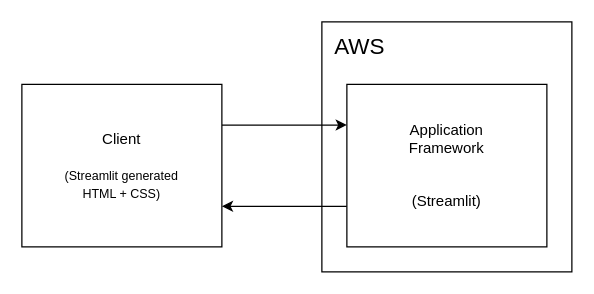
Before: Current Technical Architecture.drawio in billboardcat/sos9, a draw.io diagram. Source tidied: cells renumbered, new cells numbered last; positions are measured from the earlier drawing's top-left corner, leaving out a move shared by most shapes. Both pictures are drawn from the tidied source at 125%, with x=0, y=0 at pixel (21, 21).
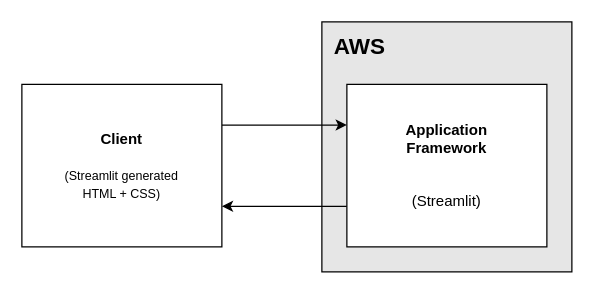
The same diagram, later.

The edit, as a diff of the source:
```diff
@@
 <mxGraphModel>
   <root>
     <mxCell id="0" />
     <mxCell id="1" parent="0" />
-    <mxCell id="2" style="rounded=0;whiteSpace=wrap;html=1;align=left;" parent="1" vertex="1">
+    <mxCell id="2" style="rounded=0;whiteSpace=wrap;html=1;align=left;labelBackgroundColor=#808080;fillColor=#E6E6E6;" parent="1" vertex="1">
       <mxGeometry x="240" width="200" height="200" as="geometry" />
     </mxCell>
-    <mxCell id="3" value="&lt;font style=&quot;font-size: 18px&quot;&gt;AWS&lt;/font&gt;" style="text;html=1;align=center;verticalAlign=middle;" parent="1" vertex="1">
+    <mxCell id="3" value="&lt;font style=&quot;font-size: 18px&quot;&gt;AWS&lt;/font&gt;" style="text;html=1;align=center;verticalAlign=middle;fontStyle=1;" parent="1" vertex="1">
       <mxGeometry x="240" y="10" width="60" height="20" as="geometry" />
     </mxCell>
     <mxCell id="4" style="edgeStyle=orthogonalEdgeStyle;rounded=0;jettySize=auto;html=1;exitX=0;exitY=0.75;exitDx=0;exitDy=0;entryX=1;entryY=0.75;entryDx=0;entryDy=0;" parent="1" edge="1" source="5" target="7">
       <mxGeometry relative="1" as="geometry" />
     </mxCell>
-    <mxCell id="5" value="Application&lt;br&gt;Framework&lt;br&gt;&lt;br&gt;&lt;br&gt;(Streamlit)" style="rounded=0;whiteSpace=wrap;html=1;align=center;" parent="1" vertex="1">
+    <mxCell id="5" value="&lt;b&gt;Application&lt;br&gt;Framework&lt;/b&gt;&lt;br&gt;&lt;br&gt;&lt;br&gt;(Streamlit)" style="rounded=0;whiteSpace=wrap;html=1;align=center;" parent="1" vertex="1">
       <mxGeometry x="260" y="50" width="160" height="130" as="geometry" />
     </mxCell>
     <mxCell id="6" style="edgeStyle=orthogonalEdgeStyle;rounded=0;jettySize=auto;html=1;exitX=1;exitY=0.25;exitDx=0;exitDy=0;entryX=0;entryY=0.25;entryDx=0;entryDy=0;" parent="1" edge="1" source="7" target="5">
       <mxGeometry relative="1" as="geometry" />
     </mxCell>
-    <mxCell id="7" value="Client&lt;br&gt;&lt;br style=&quot;font-size: 11px&quot;&gt;&lt;font size=&quot;1&quot;&gt;(Streamlit generated&lt;br&gt;HTML + CSS)&lt;/font&gt;" style="rounded=0;whiteSpace=wrap;html=1;align=center;" parent="1" vertex="1">
+    <mxCell id="7" value="&lt;b&gt;Client&lt;/b&gt;&lt;br&gt;&lt;br style=&quot;font-size: 11px&quot;&gt;&lt;font size=&quot;1&quot;&gt;(Streamlit generated&lt;br&gt;HTML + CSS)&lt;/font&gt;" style="rounded=0;whiteSpace=wrap;html=1;align=center;" parent="1" vertex="1">
       <mxGeometry y="50" width="160" height="130" as="geometry" />
     </mxCell>
   </root>
 </mxGraphModel>
```
